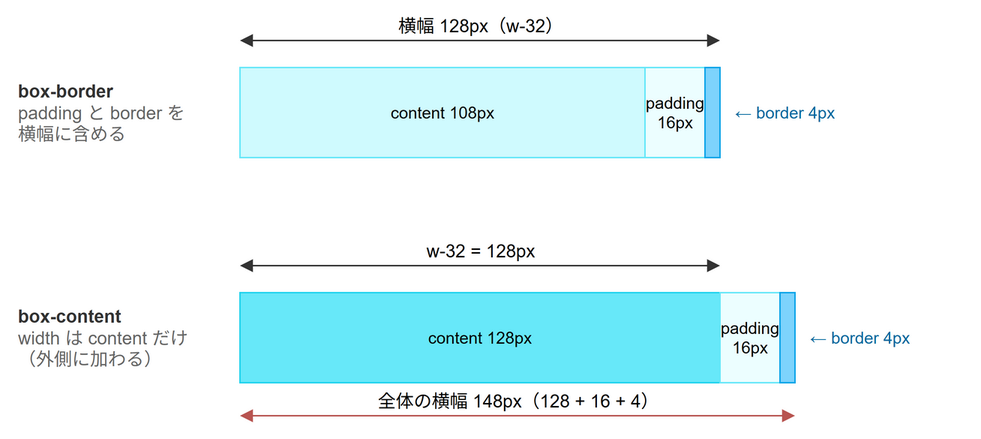
The draw.io diagram images/articles/tailwind-css-cheat-sheet/box-sizing.drawio.png in aew2sbee/zenn, before a commit. Source tidied: cells renumbered, new cells last; positions are measured from the earlier drawing's top-left corner, leaving out a move shared by most shapes.
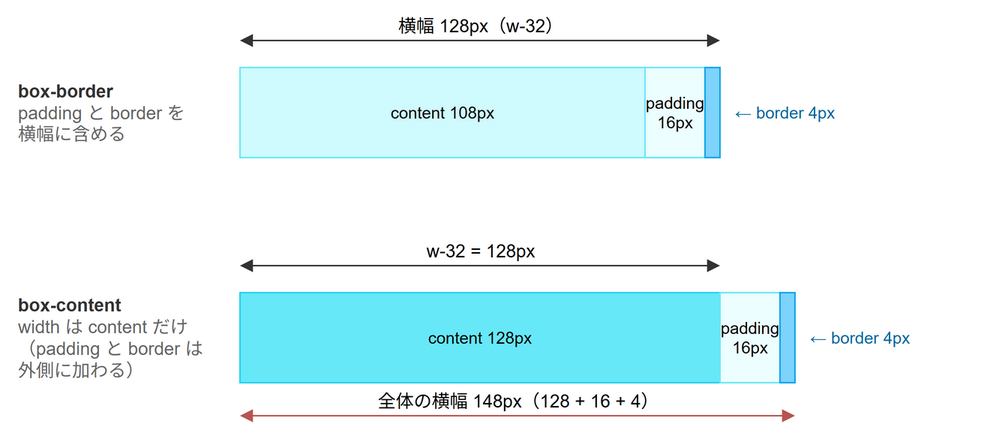
After the change.

Commit message:
docs: Tailwind CSSチートシートの図をレビュー指摘に合わせて修正

Change to the diagram source:
```diff
@@ -23,7 +23,7 @@
     <mxCell id="7" value="← border 4px" style="text;html=1;whiteSpace=wrap;align=left;verticalAlign=middle;fontSize=11;fontColor=#0369a1;" parent="1" vertex="1">
       <mxGeometry x="478" y="33" width="110" height="30" as="geometry" />
     </mxCell>
-    <mxCell id="8" value="&lt;b&gt;box-content&lt;/b&gt;&lt;br&gt;&lt;font color=&quot;#666666&quot;&gt;width は content だけ&lt;br&gt;（外側に加わる）&lt;/font&gt;" style="text;html=1;whiteSpace=wrap;align=left;verticalAlign=middle;fontSize=12;fontColor=#333333;" parent="1" vertex="1">
+    <mxCell id="8" value="&lt;b&gt;box-content&lt;/b&gt;&lt;br&gt;&lt;font color=&quot;#666666&quot;&gt;width は content だけ&lt;br&gt;（padding と border は&lt;br&gt;外側に加わる）&lt;/font&gt;" style="text;html=1;whiteSpace=wrap;align=left;verticalAlign=middle;fontSize=12;fontColor=#333333;" parent="1" vertex="1">
       <mxGeometry y="168" width="140" height="60" as="geometry" />
     </mxCell>
     <mxCell id="9" value="content 128px" style="rounded=0;whiteSpace=wrap;html=1;fontSize=11;fillColor=#67e8f9;strokeColor=#22d3ee;" parent="1" vertex="1">
```
